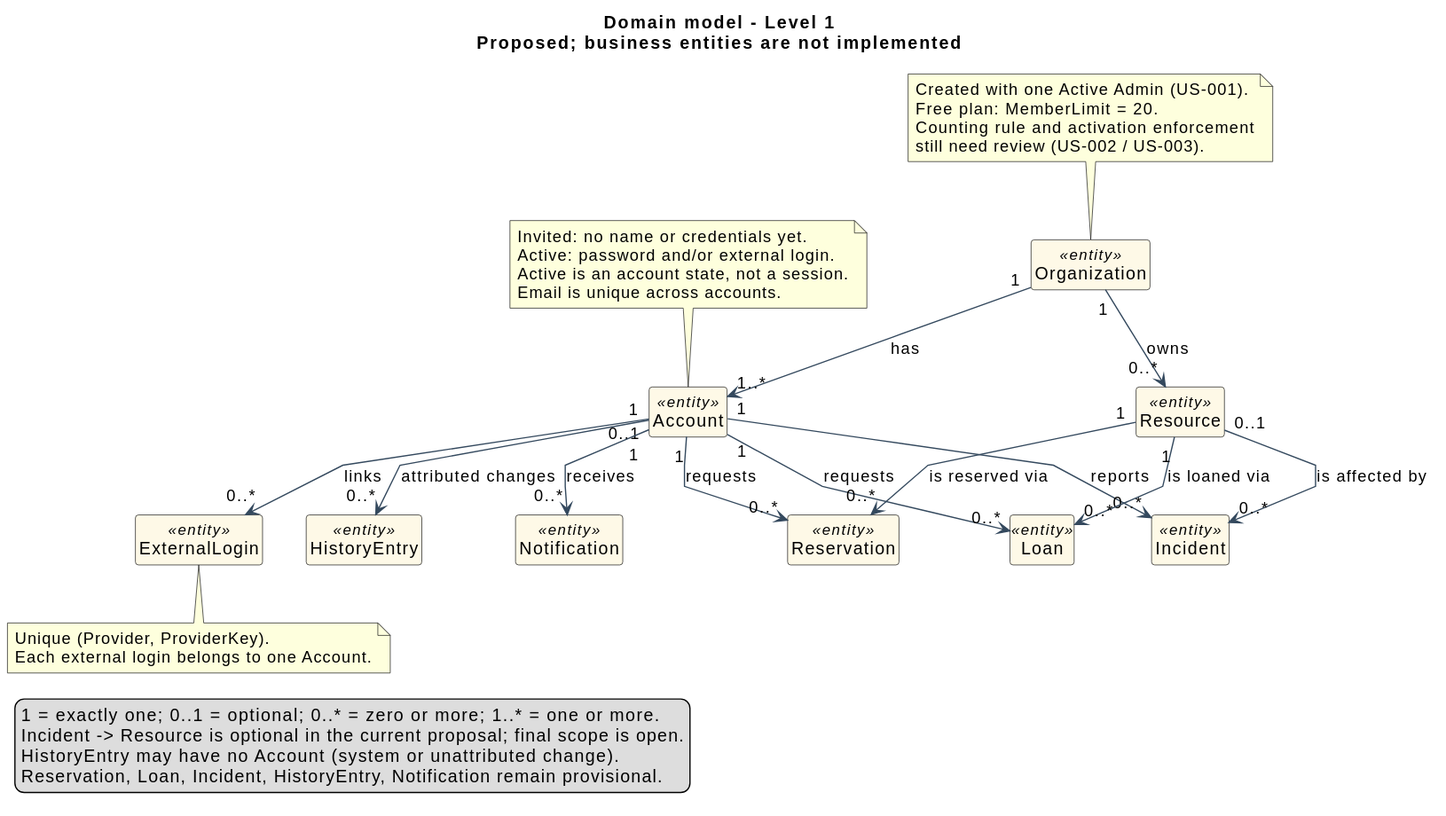
Earlier version of the PlantUML export docs/domain-models/svg/domain-model-level-1.svg (vscosousa/Nexo). Its source is kept beside it as docs/domain-models/puml/domain-model-level-1.puml.
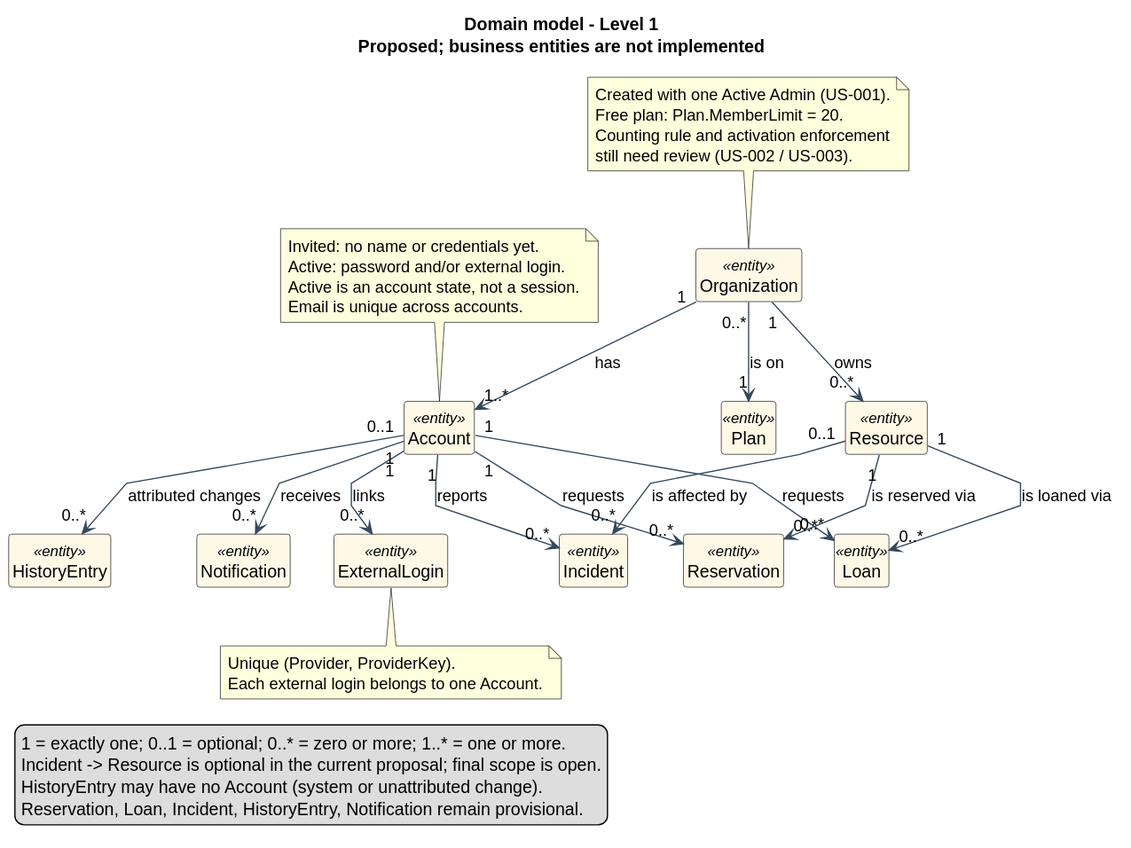
The same diagram one commit later.

Diff of the diagram source:
```diff
@@ -15,6 +15,7 @@
 skinparam packageBackgroundColor #EBF5FB
 
 entity Organization <<entity>> {}
+entity Plan <<entity>> {}
 entity Account <<entity>> {}
 entity ExternalLogin <<entity>> {}
 entity Resource <<entity>> {}
@@ -24,6 +25,7 @@
 entity HistoryEntry <<entity>> {}
 entity Notification <<entity>> {}
 
+Organization "0..*" --> "1" Plan : is on
 Organization "1" --> "1..*" Account : has
 Organization "1" --> "0..*" Resource : owns
 Account "1" --> "0..*" ExternalLogin : links
@@ -45,7 +47,7 @@
 
 note top of Organization
   Created with one Active Admin (US-001).
-  Free plan: MemberLimit = 20.
+  Free plan: Plan.MemberLimit = 20.
   Counting rule and activation enforcement
   still need review (US-002 / US-003).
 end note
```
